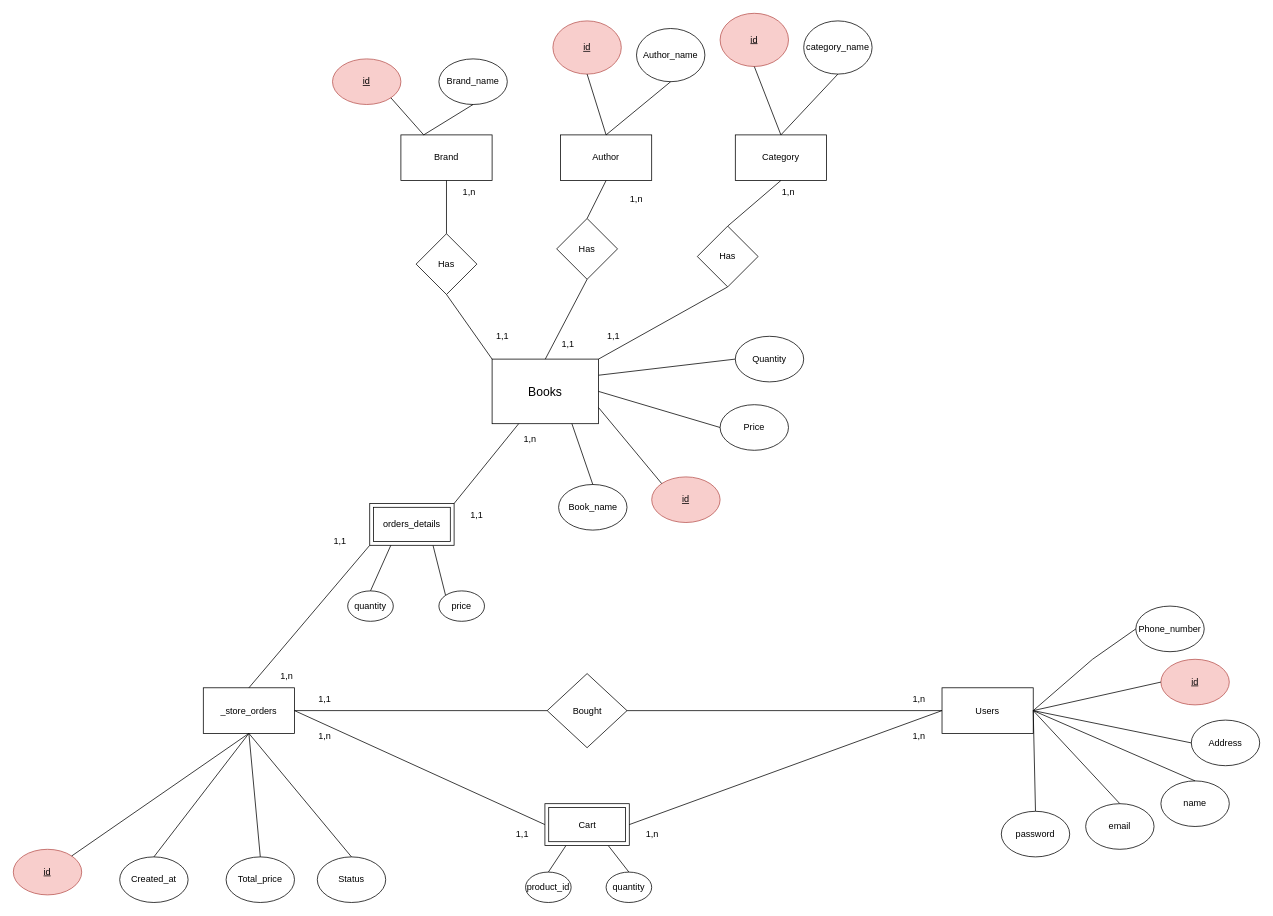
This is Bookprj.drawio from khanh8603/khanh8603, a draw.io file, before an edit. Source tidied: cells renumbered, new cells numbered last; positions are measured from the earlier drawing's top-left corner, leaving out a move shared by most shapes. Both pictures are drawn from the tidied source at 76%, with x=0, y=0 at pixel (13, 13).
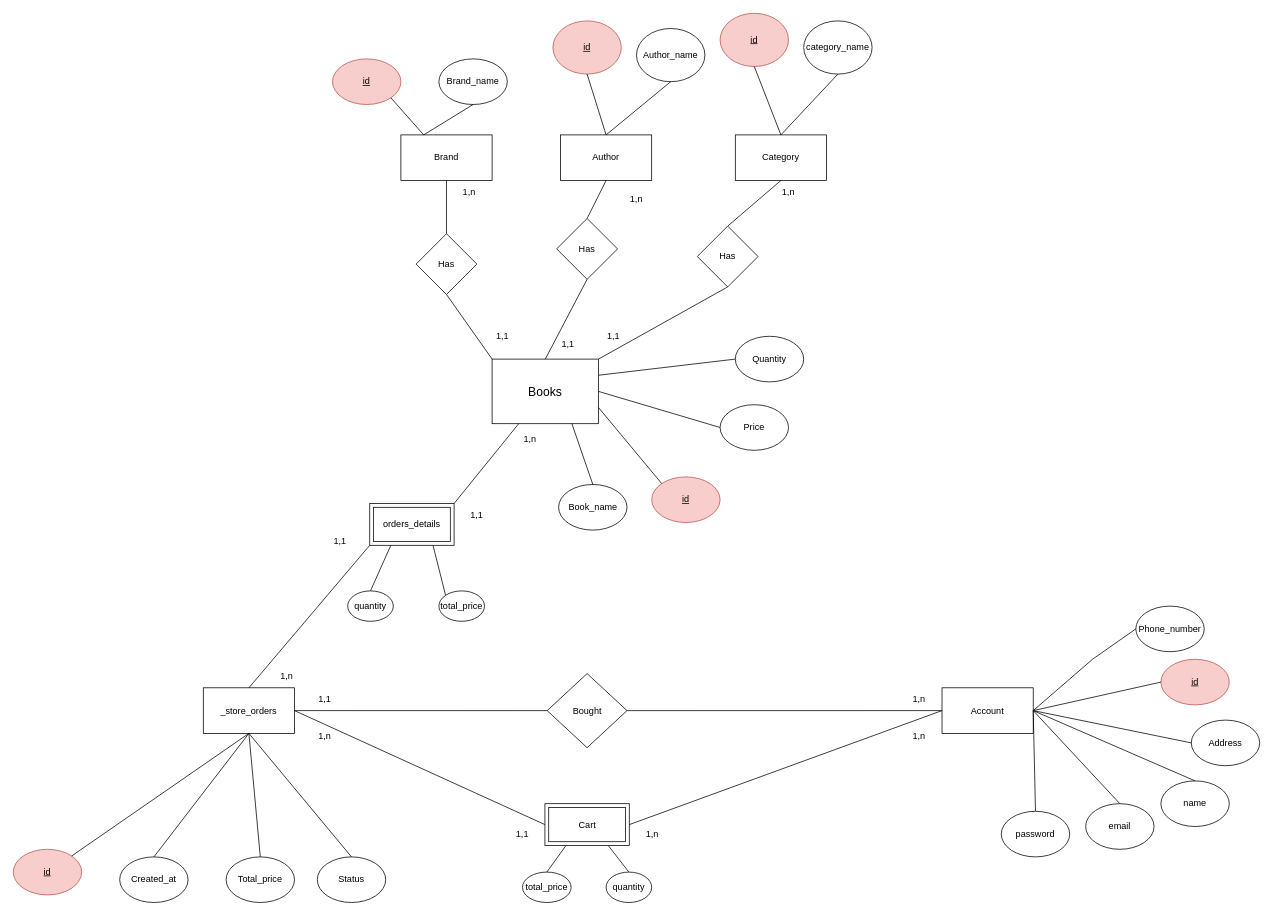
After the change.

Change to the diagram source:
```diff
@@
-    <mxCell id="5" value="Users" style="rounded=0;whiteSpace=wrap;html=1;" parent="1" vertex="1">
+    <mxCell id="5" value="Account" style="rounded=0;whiteSpace=wrap;html=1;" parent="1" vertex="1">
       <mxGeometry x="1222" y="887.5" width="120" height="60" as="geometry" />
     </mxCell>
@@
-    <mxCell id="29" value="price" style="ellipse;whiteSpace=wrap;html=1;" parent="1" vertex="1">
+    <mxCell id="29" value="total_price" style="ellipse;whiteSpace=wrap;html=1;" parent="1" vertex="1">
       <mxGeometry x="560" y="760" width="60" height="40" as="geometry" />
     </mxCell>
@@
-    <mxCell id="84" value="product_id" style="ellipse;whiteSpace=wrap;html=1;" parent="1" vertex="1">
-      <mxGeometry x="674" y="1130" width="60" height="40" as="geometry" />
+    <mxCell id="84" value="total_price" style="ellipse;whiteSpace=wrap;html=1;" parent="1" vertex="1">
+      <mxGeometry x="670" y="1130" width="64" height="40" as="geometry" />
     </mxCell>
```
